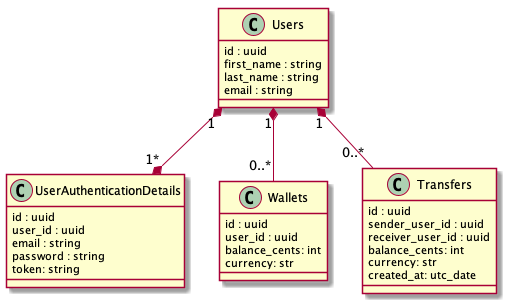
The PlantUML diagram documents/database.png in emfigo/kophinos, before a commit.
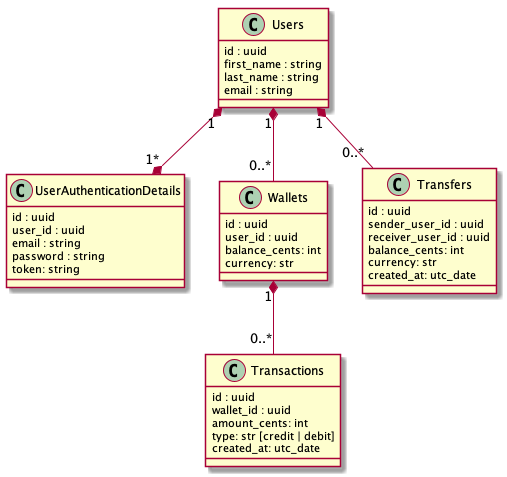
After the commit.

Commit message:
💰 Add transactions model

Diff of the diagram source:
```diff
@@ -21,6 +21,14 @@
   currency: str
 }
 
+class Transactions {
+  id : uuid
+  wallet_id : uuid
+  amount_cents: int
+  type: str [credit | debit]
+  created_at: utc_date
+}
+
 class Transfers {
   id : uuid
   sender_user_id : uuid
@@ -33,5 +41,6 @@
 Users "1" *--* "1*" UserAuthenticationDetails
 Users "1" *-- "0..*" Wallets
 Users "1" *-- "0..*" Transfers
+Wallets "1" *-- "0..*" Transactions
 
 @enduml
```
